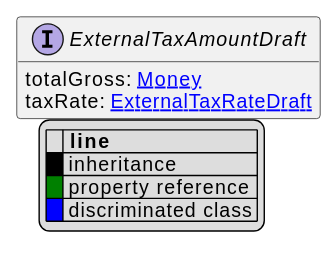
Earlier version of the PlantUML export uml/api/svg/ExternalTaxAmountDraft.svg (commercetools/commercetools-api-reference). Its diagram source:
```plantuml
@startuml
!pragma layout elk
hide empty fields
hide empty methods
legend
|= |= line |
|<back:black>   </back>| inheritance |
|<back:green>   </back>| property reference |
|<back:blue>   </back>| discriminated class |
endlegend
interface ExternalTaxAmountDraft [[ExternalTaxAmountDraft.svg]]  {
    totalGross: [[Money.svg Money]]
    taxRate: [[ExternalTaxRateDraft.svg ExternalTaxRateDraft]]
}






@enduml
```
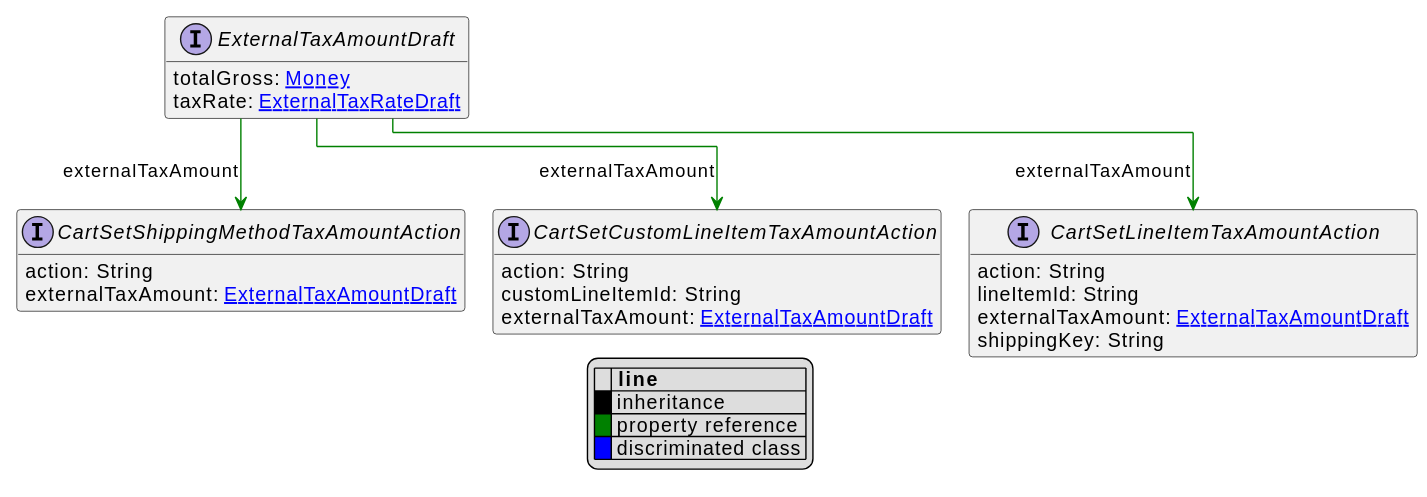
After the change.

The edit, as a diff of the source:
```diff
@@ -15,7 +15,23 @@
 
 
 
+interface CartSetCustomLineItemTaxAmountAction [[CartSetCustomLineItemTaxAmountAction.svg]]  {
+    action: String
+    customLineItemId: String
+    externalTaxAmount: [[ExternalTaxAmountDraft.svg ExternalTaxAmountDraft]]
+}
+interface CartSetLineItemTaxAmountAction [[CartSetLineItemTaxAmountAction.svg]]  {
+    action: String
+    lineItemId: String
+    externalTaxAmount: [[ExternalTaxAmountDraft.svg ExternalTaxAmountDraft]]
+    shippingKey: String
+}
+interface CartSetShippingMethodTaxAmountAction [[CartSetShippingMethodTaxAmountAction.svg]]  {
+    action: String
+    externalTaxAmount: [[ExternalTaxAmountDraft.svg ExternalTaxAmountDraft]]
+}
 
-
-
+ExternalTaxAmountDraft --> CartSetCustomLineItemTaxAmountAction #green;text:green : "externalTaxAmount"
+ExternalTaxAmountDraft --> CartSetLineItemTaxAmountAction #green;text:green : "externalTaxAmount"
+ExternalTaxAmountDraft --> CartSetShippingMethodTaxAmountAction #green;text:green : "externalTaxAmount"
 @enduml
```
